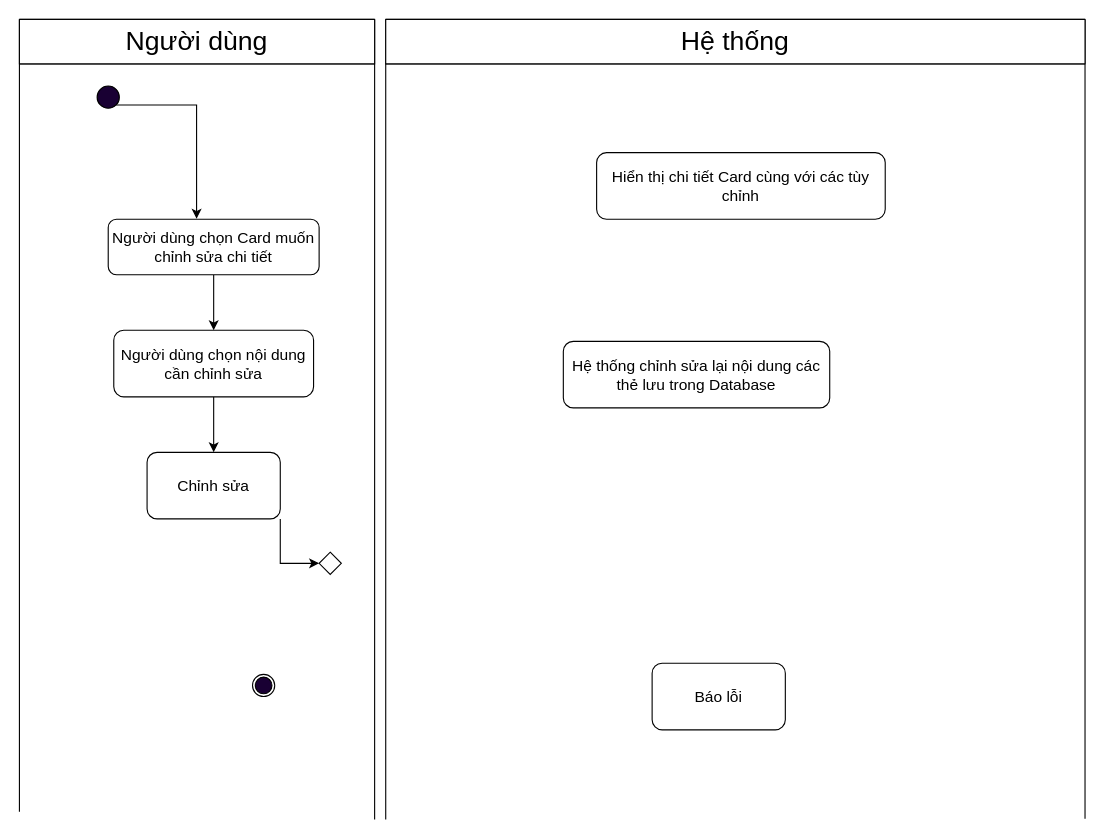
Earlier version of the draw.io diagram kk.drawio (tqminhchan/bmi_calculator). Source tidied: cells renumbered, new cells numbered last; positions are measured from the earlier drawing's top-left corner, leaving out a move shared by most shapes. Both pictures are drawn from the tidied source at 111%, with x=0, y=0 at pixel (19, 19).
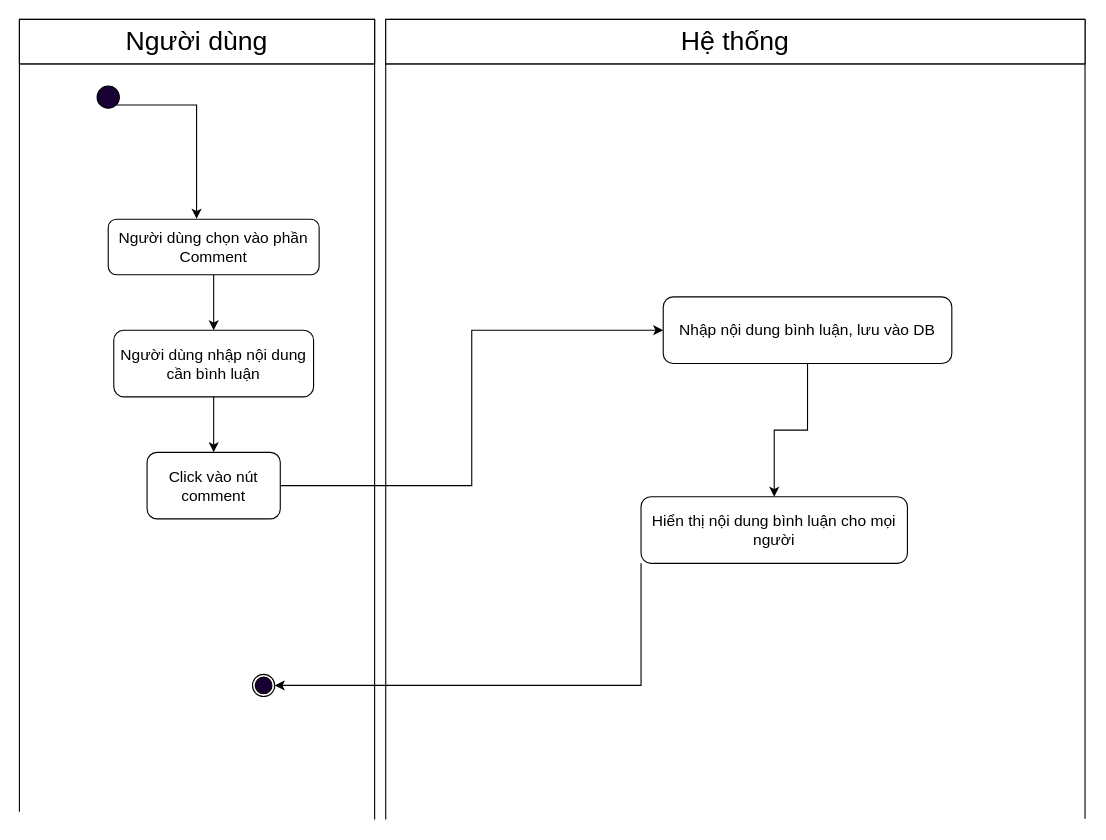
Above is the later version.

Commit message (it also covers changes not shown here):
Cập nhật kk.drawio

The change refers to these unchanged cells:
```xml
<mxCell id="24" style="ellipse;whiteSpace=wrap;html=1;" parent="1" vertex="1">
  <mxGeometry x="210" y="590" width="20" height="20" as="geometry" />
</mxCell>
```

Diff of the diagram source:
```diff
@@
-    <mxCell id="11" value="&lt;font style=&quot;font-size: 14px;&quot;&gt;Người dùng chọn Card muốn chỉnh sửa chi tiết&lt;/font&gt;" style="rounded=1;whiteSpace=wrap;html=1;" parent="1" vertex="1">
+    <mxCell id="11" value="&lt;font style=&quot;font-size: 14px;&quot;&gt;Người dùng chọn vào phần Comment&lt;/font&gt;" style="rounded=1;whiteSpace=wrap;html=1;" parent="1" vertex="1">
       <mxGeometry x="80" y="180" width="190" height="50" as="geometry" />
     </mxCell>
@@
-    <mxCell id="17" value="&lt;font style=&quot;font-size: 14px;&quot;&gt;Người dùng chọn nội dung cần chỉnh sửa&lt;/font&gt;" style="rounded=1;whiteSpace=wrap;html=1;" parent="1" vertex="1">
+    <mxCell id="17" value="&lt;font style=&quot;font-size: 14px;&quot;&gt;Người dùng nhập nội dung cần bình luận&lt;/font&gt;" style="rounded=1;whiteSpace=wrap;html=1;" parent="1" vertex="1">
       <mxGeometry x="85" y="280" width="180" height="60" as="geometry" />
     </mxCell>
+    <mxCell id="26" style="edgeStyle=orthogonalEdgeStyle;rounded=0;jettySize=auto;html=1;exitX=0.5;exitY=1;exitDx=0;exitDy=0;entryX=0.5;entryY=0;entryDx=0;entryDy=0;" parent="1" edge="1" source="18" target="21">
+      <mxGeometry relative="1" as="geometry" />
+    </mxCell>
-    <mxCell id="18" value="&lt;font style=&quot;font-size: 14px;&quot;&gt;Hiển thị chi tiết Card cùng với các tùy chỉnh&lt;/font&gt;" style="rounded=1;whiteSpace=wrap;html=1;" parent="1" vertex="1">
-      <mxGeometry x="520" y="120" width="260" height="60" as="geometry" />
+    <mxCell id="18" value="&lt;span style=&quot;font-size: 14px;&quot;&gt;Nhập nội dung bình luận, lưu vào DB&lt;/span&gt;" style="rounded=1;whiteSpace=wrap;html=1;" parent="1" vertex="1">
+      <mxGeometry x="580" y="250" width="260" height="60" as="geometry" />
     </mxCell>
-    <mxCell id="19" style="edgeStyle=orthogonalEdgeStyle;rounded=0;jettySize=auto;html=1;exitX=1;exitY=1;exitDx=0;exitDy=0;entryX=0;entryY=0.5;entryDx=0;entryDy=0;" parent="1" edge="1" source="20" target="22">
-      <mxGeometry relative="1" as="geometry" />
-    </mxCell>
+    <mxCell id="27" style="edgeStyle=orthogonalEdgeStyle;rounded=0;jettySize=auto;html=1;exitX=1;exitY=0.5;exitDx=0;exitDy=0;entryX=0;entryY=0.5;entryDx=0;entryDy=0;" parent="1" edge="1" source="20" target="18">
+      <mxGeometry relative="1" as="geometry" />
+    </mxCell>
-    <mxCell id="20" value="&lt;font style=&quot;font-size: 14px;&quot;&gt;Chỉnh sửa&lt;/font&gt;" style="rounded=1;whiteSpace=wrap;html=1;" parent="1" vertex="1">
+    <mxCell id="20" value="&lt;font style=&quot;font-size: 14px;&quot;&gt;Click vào nút comment&lt;/font&gt;" style="rounded=1;whiteSpace=wrap;html=1;" parent="1" vertex="1">
       <mxGeometry x="115" y="390" width="120" height="60" as="geometry" />
     </mxCell>
+    <mxCell id="28" style="edgeStyle=orthogonalEdgeStyle;rounded=0;jettySize=auto;html=1;exitX=0;exitY=1;exitDx=0;exitDy=0;entryX=1;entryY=0.5;entryDx=0;entryDy=0;" parent="1" edge="1" source="21" target="24">
+      <mxGeometry relative="1" as="geometry" />
+    </mxCell>
-    <mxCell id="21" value="&lt;font style=&quot;font-size: 14px;&quot;&gt;Hệ thống chỉnh sửa lại nội dung các thẻ lưu trong Database&lt;/font&gt;" style="rounded=1;whiteSpace=wrap;html=1;" parent="1" vertex="1">
-      <mxGeometry x="490" y="290" width="240" height="60" as="geometry" />
+    <mxCell id="21" value="&lt;font style=&quot;font-size: 14px;&quot;&gt;Hiển thị nội dung bình luận cho mọi người&lt;/font&gt;" style="rounded=1;whiteSpace=wrap;html=1;" parent="1" vertex="1">
+      <mxGeometry x="560" y="430" width="240" height="60" as="geometry" />
     </mxCell>
-    <mxCell id="22" style="rhombus;whiteSpace=wrap;html=1;" parent="1" vertex="1">
-      <mxGeometry x="270" y="480" width="20" height="20" as="geometry" />
-    </mxCell>
-    <mxCell id="23" value="&lt;font style=&quot;font-size: 14px;&quot;&gt;Báo lỗi&lt;/font&gt;" style="rounded=1;whiteSpace=wrap;html=1;" parent="1" vertex="1">
-      <mxGeometry x="570" y="580" width="120" height="60" as="geometry" />
-    </mxCell>
```
